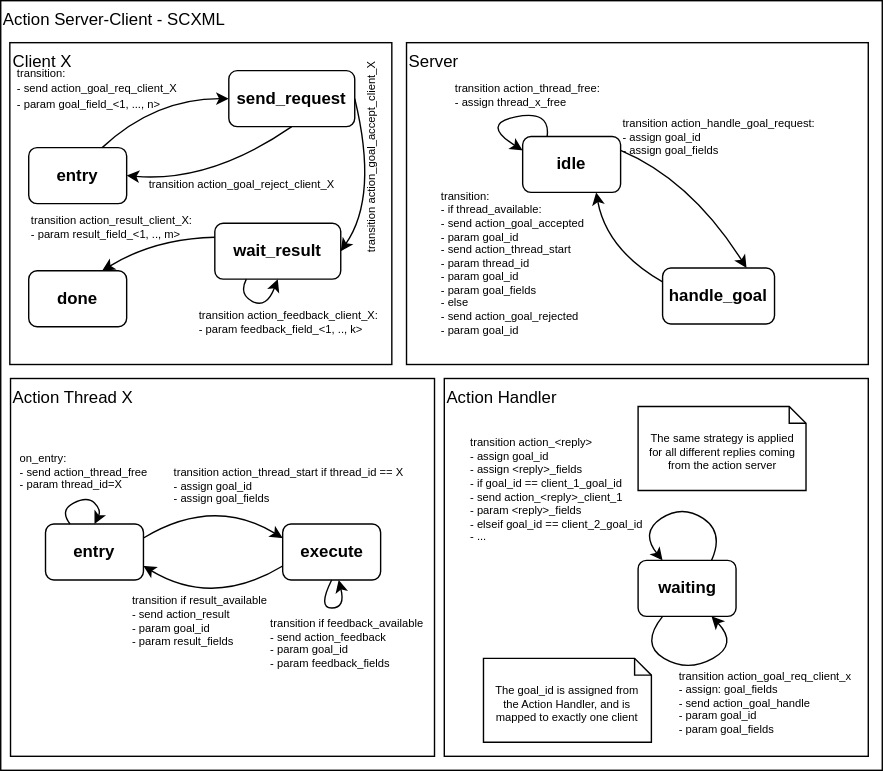
Before: docs/source/graphics/ros_action_to_scxml.drawio.svg, a diagram exported from draw.io (convince-project/AS2FM). Source tidied: cells renumbered, new cells last; positions are measured from the earlier drawing's top-left corner, leaving out a move shared by most shapes.
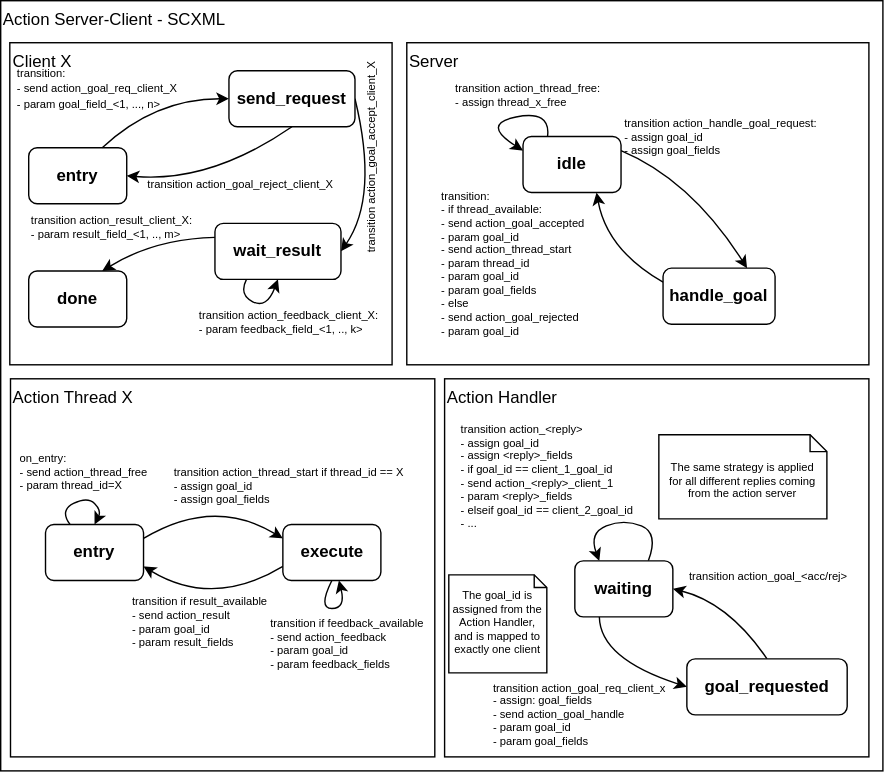
The same file after the commit.

Commit message:
Add intermediate state in handler for action goal request

Diff of the diagram source:
```diff
@@ -172,34 +172,42 @@
     <mxCell id="31" value="Action Handler" style="rounded=0;whiteSpace=wrap;html=1;labelPosition=center;verticalLabelPosition=middle;align=left;verticalAlign=top;" parent="1" vertex="1">
       <mxGeometry x="317" y="270" width="303" height="270" as="geometry" />
     </mxCell>
-    <mxCell id="32" value="transition&amp;nbsp;action_goal_req_client_x&lt;br style=&quot;font-size: 8px;&quot;&gt;- assign: goal_fields&lt;br&gt;- send action_goal_handle&lt;br&gt;&amp;nbsp; - param goal_id&lt;br&gt;&amp;nbsp; - param goal_fields" style="edgeStyle=none;html=1;entryX=0.75;entryY=1;entryDx=0;entryDy=0;align=left;fontSize=8;horizontal=1;exitX=0.25;exitY=1;exitDx=0;exitDy=0;curved=1;" parent="1" edge="1" source="34" target="34">
-      <mxGeometry x="-0.03" y="-23" relative="1" as="geometry">
+    <mxCell id="32" value="transition&amp;nbsp;action_goal_req_client_x&lt;br style=&quot;font-size: 8px;&quot;&gt;- assign: goal_fields&lt;br&gt;- send action_goal_handle&lt;br&gt;&amp;nbsp; - param goal_id&lt;br&gt;&amp;nbsp; - param goal_fields" style="edgeStyle=none;html=1;entryX=0;entryY=0.5;entryDx=0;entryDy=0;align=left;fontSize=8;horizontal=1;exitX=0.25;exitY=1;exitDx=0;exitDy=0;curved=1;" parent="1" edge="1" source="34" target="38">
+      <mxGeometry x="-0.37" y="-88" relative="1" as="geometry">
         <Array as="points">
-          <mxPoint x="457" y="460" />
-          <mxPoint x="491" y="480" />
-          <mxPoint x="527" y="460" />
+          <mxPoint x="428" y="470" />
         </Array>
-        <mxPoint x="-19" y="2" as="offset" />
+        <mxPoint x="-51" y="-44" as="offset" />
       </mxGeometry>
     </mxCell>
     <mxCell id="33" value="&lt;div style=&quot;text-align: left;&quot;&gt;&lt;span style=&quot;background-color: initial;&quot;&gt;transition action_&amp;lt;reply&amp;gt;&lt;/span&gt;&lt;/div&gt;&lt;div style=&quot;text-align: left;&quot;&gt;&lt;span style=&quot;background-color: initial;&quot;&gt;- assign goal_id&lt;/span&gt;&lt;/div&gt;&lt;div style=&quot;text-align: left;&quot;&gt;&lt;span style=&quot;background-color: initial;&quot;&gt;- assign &amp;lt;reply&amp;gt;_fields&lt;/span&gt;&lt;/div&gt;&lt;div style=&quot;text-align: left;&quot;&gt;- if goal_id == client_1_goal_id&lt;br&gt;&amp;nbsp; - send action_&amp;lt;reply&amp;gt;_client_1&lt;br&gt;&amp;nbsp; &amp;nbsp; - param &amp;lt;reply&amp;gt;_fields&lt;br&gt;- elseif goal_id == client_2_goal_id&lt;br&gt;&amp;nbsp; - ...&lt;span style=&quot;background-color: initial;&quot;&gt;&lt;br&gt;&lt;/span&gt;&lt;/div&gt;" style="edgeStyle=none;curved=1;html=1;exitX=0.75;exitY=0;exitDx=0;exitDy=0;entryX=0.25;entryY=0;entryDx=0;entryDy=0;labelBackgroundColor=none;fontSize=8;" parent="1" edge="1" source="34" target="34">
-      <mxGeometry x="0.57" y="-67" relative="1" as="geometry">
+      <mxGeometry x="0.56" y="-50" relative="1" as="geometry">
         <Array as="points">
-          <mxPoint x="517" y="380" />
-          <mxPoint x="487" y="360" />
-          <mxPoint x="457" y="380" />
+          <mxPoint x="470" y="380" />
+          <mxPoint x="445" y="370" />
+          <mxPoint x="420" y="380" />
         </Array>
-        <mxPoint x="-8" y="-72" as="offset" />
+        <mxPoint x="17" y="-58" as="offset" />
       </mxGeometry>
     </mxCell>
     <mxCell id="34" value="&lt;b&gt;waiting&lt;/b&gt;" style="rounded=1;whiteSpace=wrap;html=1;align=center;" parent="1" vertex="1">
-      <mxGeometry x="455.5" y="400" width="70" height="40" as="geometry" />
+      <mxGeometry x="410" y="400" width="70" height="40" as="geometry" />
     </mxCell>
-    <mxCell id="35" value="The goal_id is assigned from the Action Handler, and is mapped to exactly one client" style="shape=note2;boundedLbl=1;whiteSpace=wrap;html=1;size=12;verticalAlign=top;align=center;fontSize=8;spacingLeft=3;spacingRight=3;" parent="1" vertex="1">
-      <mxGeometry x="345" y="470" width="120" height="60" as="geometry" />
+    <mxCell id="35" value="The goal_id is assigned from the Action Handler, and is mapped to exactly one client" style="shape=note2;boundedLbl=1;whiteSpace=wrap;html=1;size=9;verticalAlign=top;align=center;fontSize=8;spacingLeft=3;spacingRight=3;spacingBottom=0;spacing=1;spacingTop=-4;" parent="1" vertex="1">
+      <mxGeometry x="320" y="410" width="70" height="70" as="geometry" />
     </mxCell>
     <mxCell id="36" value="The same strategy is applied for all different replies coming from the action server" style="shape=note2;boundedLbl=1;whiteSpace=wrap;html=1;size=12;verticalAlign=top;align=center;fontSize=8;spacingLeft=3;spacingRight=3;" parent="1" vertex="1">
-      <mxGeometry x="455.5" y="290" width="120" height="60" as="geometry" />
+      <mxGeometry x="470" y="310" width="120" height="60" as="geometry" />
     </mxCell>
+    <mxCell id="37" value="&lt;font style=&quot;font-size: 8px;&quot;&gt;transition action_goal_&amp;lt;acc/rej&amp;gt;&lt;/font&gt;" style="edgeStyle=none;html=1;exitX=0.5;exitY=0;exitDx=0;exitDy=0;entryX=1;entryY=0.5;entryDx=0;entryDy=0;curved=1;align=left;" parent="1" edge="1" source="38" target="34">
+      <mxGeometry x="0.84" y="-12" relative="1" as="geometry">
+        <Array as="points">
+          <mxPoint x="520" y="430" />
+        </Array>
+      </mxGeometry>
+    </mxCell>
+    <mxCell id="38" value="&lt;b&gt;goal_requested&lt;/b&gt;" style="rounded=1;whiteSpace=wrap;html=1;align=center;" parent="1" vertex="1">
+      <mxGeometry x="490" y="470" width="114.5" height="40" as="geometry" />
+    </mxCell>
   </root>
 </mxGraphModel>
```
